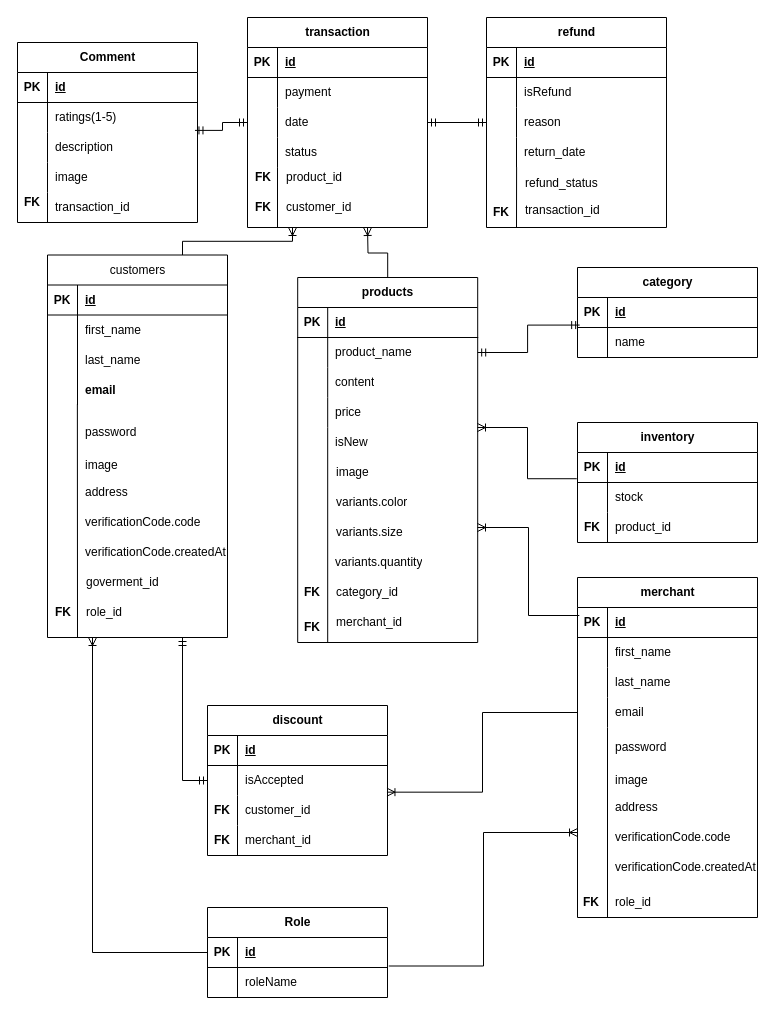
Before: erd.drawio in XPAY-Worldwide-Corporation/cadet-capstone-ecom, a draw.io diagram. Source tidied: cells renumbered, new cells numbered last; positions are measured from the earlier drawing's top-left corner, leaving out a move shared by most shapes. Both pictures are drawn from the tidied source at 100%, with x=0, y=0 at pixel (17, 17).
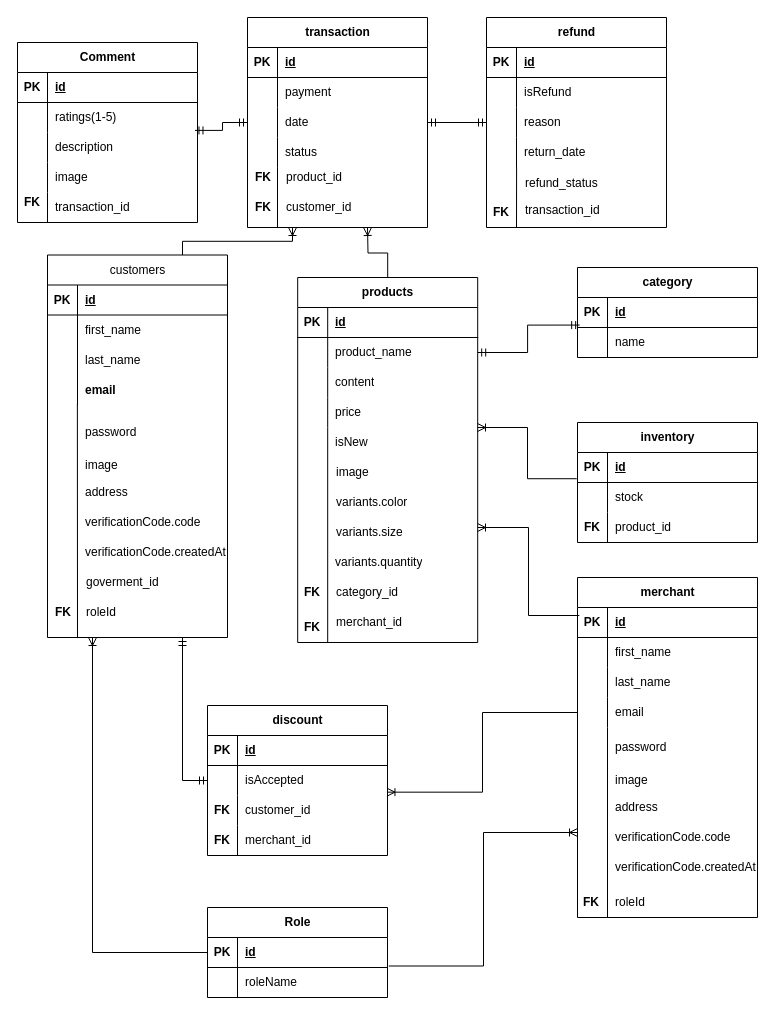
After the change.

What changed in the source:
```diff
@@
-    <mxCell id="170" value="role_id" style="shape=partialRectangle;fillColor=none;top=0;left=0;bottom=0;right=0;align=left;spacingLeft=6;overflow=hidden;whiteSpace=wrap;html=1;" parent="1" vertex="1">
+    <mxCell id="170" value="roleId" style="shape=partialRectangle;fillColor=none;top=0;left=0;bottom=0;right=0;align=left;spacingLeft=6;overflow=hidden;whiteSpace=wrap;html=1;" parent="1" vertex="1">
       <mxGeometry x="60.5" y="580" width="150" height="30" as="geometry" />
     </mxCell>
@@
-    <mxCell id="172" value="role_id" style="shape=partialRectangle;fillColor=none;top=0;left=0;bottom=0;right=0;align=left;spacingLeft=6;overflow=hidden;whiteSpace=wrap;html=1;" parent="1" vertex="1">
+    <mxCell id="172" value="roleId" style="shape=partialRectangle;fillColor=none;top=0;left=0;bottom=0;right=0;align=left;spacingLeft=6;overflow=hidden;whiteSpace=wrap;html=1;" parent="1" vertex="1">
       <mxGeometry x="590" y="870" width="150.5" height="30" as="geometry" />
     </mxCell>
```
